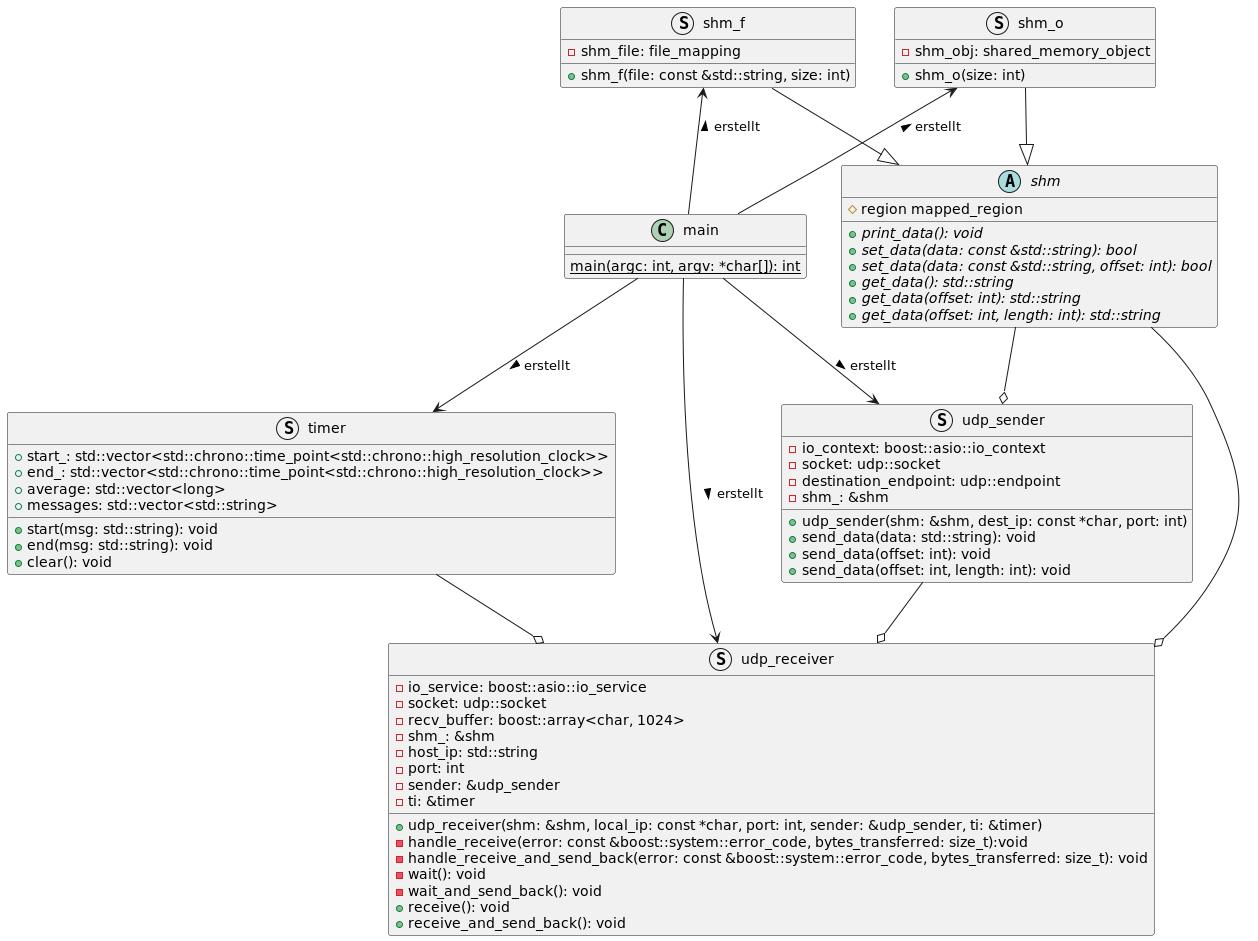
This is docs/classdiagram.png from niklasdie/Bachelorarbeit_RM, a PlantUML export, as it was before one commit.
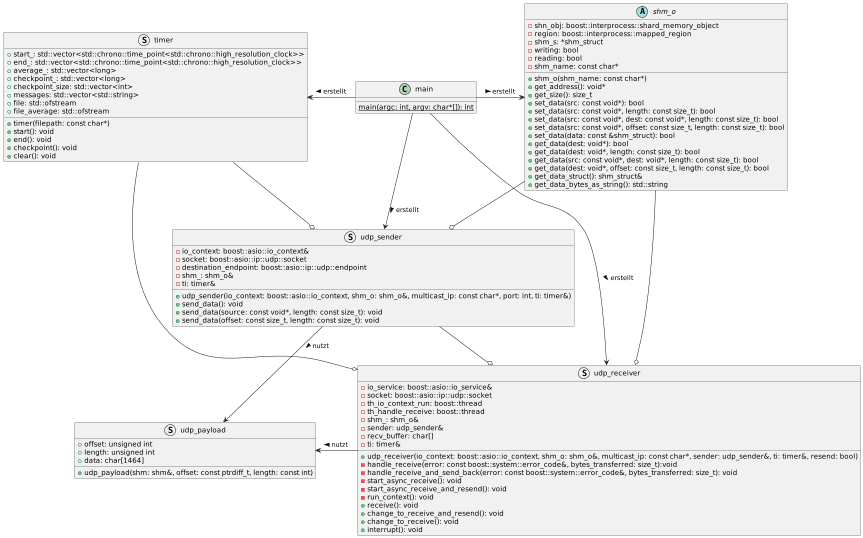
The same diagram one commit later.

Commit message:
UML Diagramme bearbeitet, kleine Verbesserungen

Change to the diagram source:
```diff
@@ -1,85 +1,101 @@
 @startuml
 
 class main{
-{static}main(argc: int, argv: *char[]): int
+{static}main(argc: int, argv: char*[]): int
 }
 
 together {
-abstract shm{
-#region mapped_region
-+{abstract}print_data(): void
-+{abstract}set_data(data: const &std::string): bool
-+{abstract}set_data(data: const &std::string, offset: int): bool
-+{abstract}get_data(): std::string
-+{abstract}get_data(offset: int): std::string
-+{abstract}get_data(offset: int, length: int): std::string
+abstract shm_o{
+-shn_obj: boost::interprocess::shard_memory_object
+-region: boost::interprocess::mapped_region
+-shm_s: *shm_struct
+-writing: bool
+-reading: bool
+-shm_name: const char*
++shm_o(shm_name: const char*)
++get_address(): void*
++get_size(): size_t
++set_data(src: const void*): bool
++set_data(src: const void*, length: const size_t): bool
++set_data(src: const void*, dest: const void*, length: const size_t): bool
++set_data(src: const void*, offset: const size_t, length: const size_t): bool
++set_data(data: const &shm_struct): bool
++get_data(dest: void*): bool
++get_data(dest: void*, length: const size_t): bool
++get_data(src: const void*, dest: void*, length: const size_t): bool
++get_data(dest: void*, offset: const size_t, length: const size_t): bool
++get_data_struct(): shm_struct&
++get_data_bytes_as_string(): std::string
 }
 
-struct shm_o{
-+shm_o(size: int)
--shm_obj: shared_memory_object
-}
-
-struct shm_f{
-+shm_f(file: const &std::string, size: int)
--shm_file: file_mapping
-}
-}
-
-shm <|-up- shm_o
-shm <|-up- shm_f
-
-together {
 struct udp_sender {
--io_context: boost::asio::io_context
--socket: udp::socket
--destination_endpoint: udp::endpoint
--shm_: &shm
-+udp_sender(shm: &shm, dest_ip: const *char, port: int)
-+send_data(data: std::string): void
-+send_data(offset: int): void
-+send_data(offset: int, length: int): void
+-io_context: boost::asio::io_context&
+-socket: boost::asio::ip::udp::socket
+-destination_endpoint: boost::asio::ip::udp::endpoint
+-shm_: shm_o&
+-ti: timer&
++udp_sender(io_context: boost::asio::io_context, shm_o: shm_o&, multicast_ip: const char*, port: int, ti: timer&)
++send_data(): void
++send_data(source: const void*, length: const size_t): void
++send_data(offset: const size_t, length: const size_t): void
 }
 
 struct udp_receiver{
--io_service: boost::asio::io_service
--socket: udp::socket
--recv_buffer: boost::array<char, 1024>
--shm_: &shm
--host_ip: std::string
--port: int
--sender: &udp_sender
--ti: &timer
-+udp_receiver(shm: &shm, local_ip: const *char, port: int, sender: &udp_sender, ti: &timer)
--handle_receive(error: const &boost::system::error_code, bytes_transferred: size_t):void
--handle_receive_and_send_back(error: const &boost::system::error_code, bytes_transferred: size_t): void
--wait(): void
--wait_and_send_back(): void
+-io_service: boost::asio::io_service&
+-socket: boost::asio::ip::udp::socket
+-th_io_context_run: boost::thread
+-th_handle_receive: boost::thread
+-shm_: shm_o&
+-sender: udp_sender&
+-recv_buffer: char[]
+-ti: timer&
++udp_receiver(io_context: boost::asio::io_context, shm_o: shm_o&, multicast_ip: const char*, sender: udp_sender&, ti: timer&, resend: bool)
+-handle_receive(error: const boost::system::error_code&, bytes_transferred: size_t):void
+-handle_receive_and_send_back(error: const boost::system::error_code&, bytes_transferred: size_t): void
+-start_async_receive(): void
+-start_async_receive_and_resend(): void
+-run_context(): void
 +receive(): void
-+receive_and_send_back(): void
++change_to_receive_and_resend(): void
++change_to_receive(): void
++interrupt(): void
 }
+
+struct udp_payload {
++offset: unsigned int
++length: unsigned int
++data: char[1464]
++udp_payload(shm: shm&, offset: const ptrdiff_t, length: const int)
 }
 
 struct timer{
 +start_: std::vector<std::chrono::time_point<std::chrono::high_resolution_clock>>
 +end_: std::vector<std::chrono::time_point<std::chrono::high_resolution_clock>>
-+average: std::vector<long>
++average_: std::vector<long>
++checkpoint_: std::vector<long>
++checkpoint_size: std::vector<int>
 +messages: std::vector<std::string>
-+start(msg: std::string): void
-+end(msg: std::string): void
++file: std::ofstream
++file_average: std::ofstream
++timer(filepath: const char*)
++start(): void
++end(): void
++checkpoint(): void
 +clear(): void
 }
 
-udp_sender o-up- shm
-udp_receiver o-up- shm
+udp_sender o-up- shm_o
+udp_sender o-up- timer
+udp_receiver o-up- shm_o
 udp_receiver o-up- udp_sender
 udp_receiver o-up- timer
 
-main -up-> shm_o: erstellt >
-main -up-> shm_f: erstellt >
+main -right-> shm_o: erstellt >
 main -down-> udp_sender: erstellt >
 main -down-> udp_receiver: erstellt >
-main -right-> timer: erstellt >
+main -left-> timer: erstellt >
+udp_sender -down-> udp_payload: nutzt >
+udp_receiver -left-> udp_payload: nutzt >
 
 
 @enduml
```
